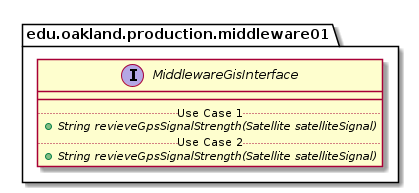
The PlantUML diagram docs/uml-class-diagrams/middleware01/production/MiddlewareGisInterface/MiddlewareGisInterface.png in elilley15/csi-3370-software-project, before a commit. The source it was exported from:
```plantuml
@startuml MiddlewareGisInterface

package edu.oakland.production.middleware01 {
    interface MiddlewareGisInterface {
        __
        .. Use Case 1 ..
        {abstract} + String revieveGpsSignalStrength(Satellite satelliteSignal)
        .. Use Case 2 ..
        {abstract} + String revieveGpsSignalStrength(Satellite satelliteSignal)
    }
}

@enduml
```
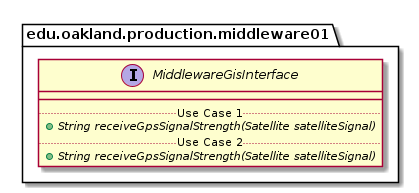
Later version of the same file.

The edit, as a diff of the source:
```diff
@@ -4,9 +4,9 @@
     interface MiddlewareGisInterface {
         __
         .. Use Case 1 ..
-        {abstract} + String revieveGpsSignalStrength(Satellite satelliteSignal)
+        {abstract} + String receiveGpsSignalStrength(Satellite satelliteSignal)
         .. Use Case 2 ..
-        {abstract} + String revieveGpsSignalStrength(Satellite satelliteSignal)
+        {abstract} + String receiveGpsSignalStrength(Satellite satelliteSignal)
     }
 }
 
```
